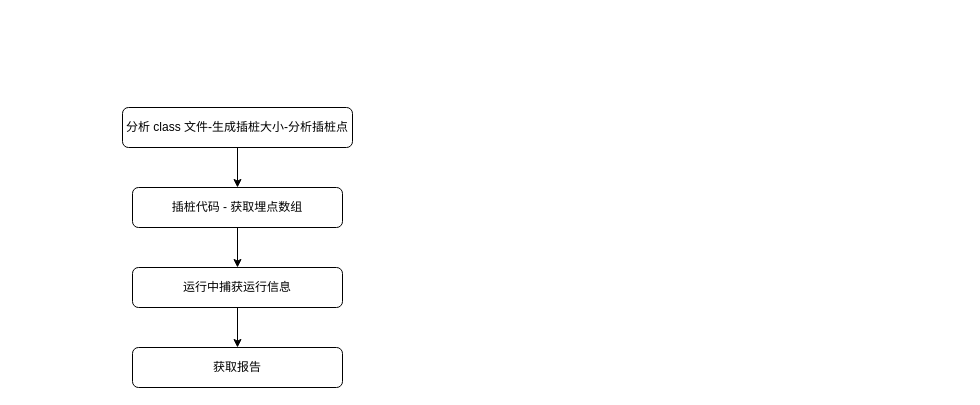
Before: draw.io/jacoco 流程.drawio in KeatonLi/pictures, a draw.io diagram. Source tidied: cells renumbered, new cells numbered last; positions are measured from the earlier drawing's top-left corner, leaving out a move shared by most shapes. Both pictures are drawn from the tidied source at 100%, with x=0, y=0 at pixel (122, 107).
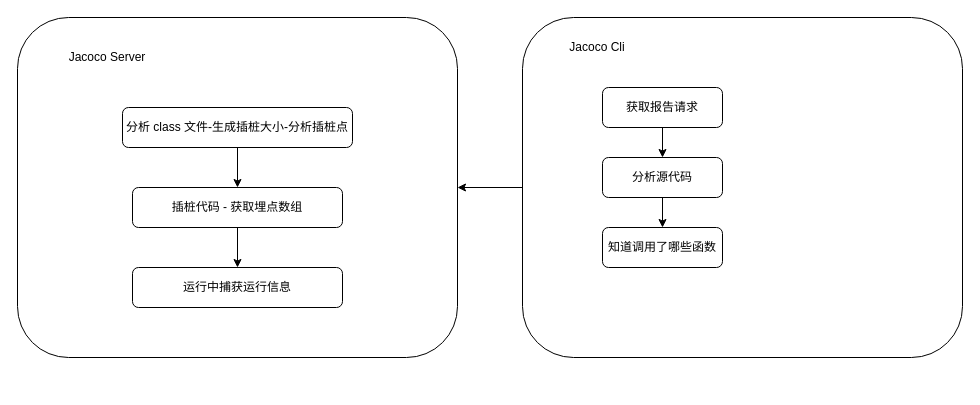
The same diagram, later.

The edit, as a diff of the source:
```diff
@@
 <mxGraphModel>
   <root>
     <mxCell id="0" />
     <mxCell id="1" parent="0" />
+    <mxCell id="9" style="rounded=1;whiteSpace=wrap;html=1;" parent="1" vertex="1">
+      <mxGeometry x="400" y="-90" width="440" height="340" as="geometry" />
+    </mxCell>
+    <mxCell id="10" style="rounded=1;whiteSpace=wrap;html=1;" parent="1" vertex="1">
+      <mxGeometry x="-105" y="-90" width="440" height="340" as="geometry" />
+    </mxCell>
     <mxCell id="2" style="edgeStyle=orthogonalEdgeStyle;rounded=0;jettySize=auto;html=1;" parent="1" edge="1" source="3" target="7">
       <mxGeometry relative="1" as="geometry" />
     </mxCell>
     <mxCell id="3" value="插桩代码 - 获取埋点数组" style="rounded=1;whiteSpace=wrap;html=1;" parent="1" vertex="1">
       <mxGeometry x="10" y="80" width="210" height="40" as="geometry" />
     </mxCell>
     <mxCell id="4" style="edgeStyle=orthogonalEdgeStyle;rounded=0;jettySize=auto;html=1;" parent="1" edge="1" source="5" target="3">
       <mxGeometry relative="1" as="geometry" />
     </mxCell>
     <mxCell id="5" value="分析 class 文件-生成插桩大小-分析插桩点" style="rounded=1;whiteSpace=wrap;html=1;" parent="1" vertex="1">
       <mxGeometry width="230" height="40" as="geometry" />
     </mxCell>
-    <mxCell id="6" style="edgeStyle=orthogonalEdgeStyle;rounded=0;jettySize=auto;html=1;" parent="1" edge="1" source="7" target="8">
-      <mxGeometry relative="1" as="geometry" />
-    </mxCell>
     <mxCell id="7" value="运行中捕获运行信息" style="rounded=1;whiteSpace=wrap;html=1;" parent="1" vertex="1">
       <mxGeometry x="10" y="160" width="210" height="40" as="geometry" />
     </mxCell>
-    <mxCell id="8" value="获取报告" style="rounded=1;whiteSpace=wrap;html=1;" parent="1" vertex="1">
-      <mxGeometry x="10" y="240" width="210" height="40" as="geometry" />
-    </mxCell>
+    <mxCell id="11" value="Jacoco Server" style="text;html=1;align=center;verticalAlign=middle;whiteSpace=wrap;rounded=0;" parent="1" vertex="1">
+      <mxGeometry x="-80" y="-60" width="130" height="20" as="geometry" />
+    </mxCell>
+    <mxCell id="12" value="Jacoco Cli" style="text;html=1;align=center;verticalAlign=middle;whiteSpace=wrap;rounded=0;" parent="1" vertex="1">
+      <mxGeometry x="410" y="-70" width="130" height="20" as="geometry" />
+    </mxCell>
+    <mxCell id="13" style="edgeStyle=orthogonalEdgeStyle;rounded=0;jettySize=auto;html=1;entryX=0.5;entryY=0;entryDx=0;entryDy=0;" parent="1" edge="1" source="14" target="16">
+      <mxGeometry relative="1" as="geometry" />
+    </mxCell>
+    <mxCell id="14" value="获取报告请求" style="rounded=1;whiteSpace=wrap;html=1;" parent="1" vertex="1">
+      <mxGeometry x="480" y="-20" width="120" height="40" as="geometry" />
+    </mxCell>
+    <mxCell id="15" style="edgeStyle=orthogonalEdgeStyle;rounded=0;jettySize=auto;html=1;" parent="1" edge="1" source="16" target="18">
+      <mxGeometry relative="1" as="geometry" />
+    </mxCell>
+    <mxCell id="16" value="分析源代码" style="rounded=1;whiteSpace=wrap;html=1;" parent="1" vertex="1">
+      <mxGeometry x="480" y="50" width="120" height="40" as="geometry" />
+    </mxCell>
+    <mxCell id="17" style="endArrow=classic;html=1;rounded=0;entryX=1;entryY=0.5;entryDx=0;entryDy=0;exitX=0;exitY=0.5;exitDx=0;exitDy=0;" parent="1" edge="1" source="9" target="10">
+      <mxGeometry relative="1" as="geometry" />
+    </mxCell>
+    <mxCell id="18" value="知道调用了哪些函数" style="rounded=1;whiteSpace=wrap;html=1;" parent="1" vertex="1">
+      <mxGeometry x="480" y="120" width="120" height="40" as="geometry" />
+    </mxCell>
   </root>
 </mxGraphModel>
```
